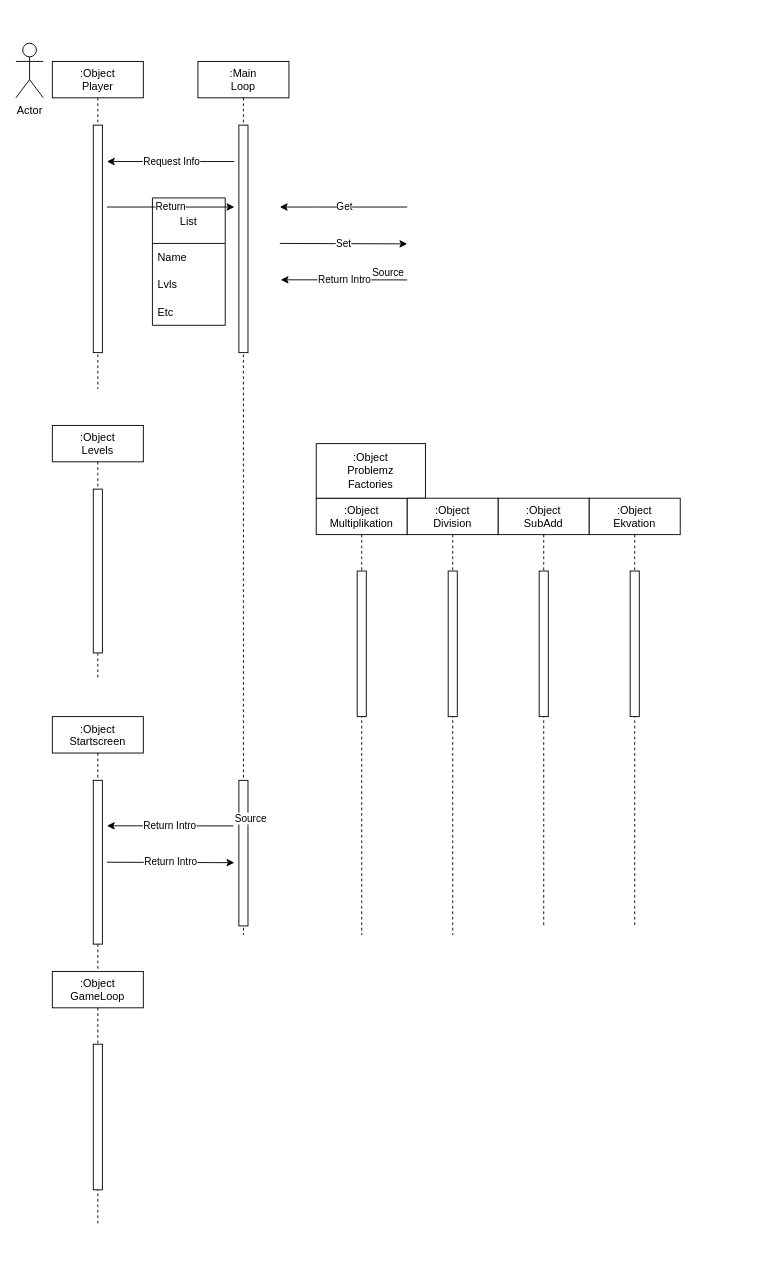
The draw.io diagram Planning/mattackFlöde.drawio in alexwigforss/matteattackerar, before the edit. Source tidied: cells renumbered, new cells numbered last; positions are measured from the earlier drawing's top-left corner, leaving out a move shared by most shapes. Both pictures are drawn from the tidied source at 91%, with x=0, y=0 at pixel (15, 43).
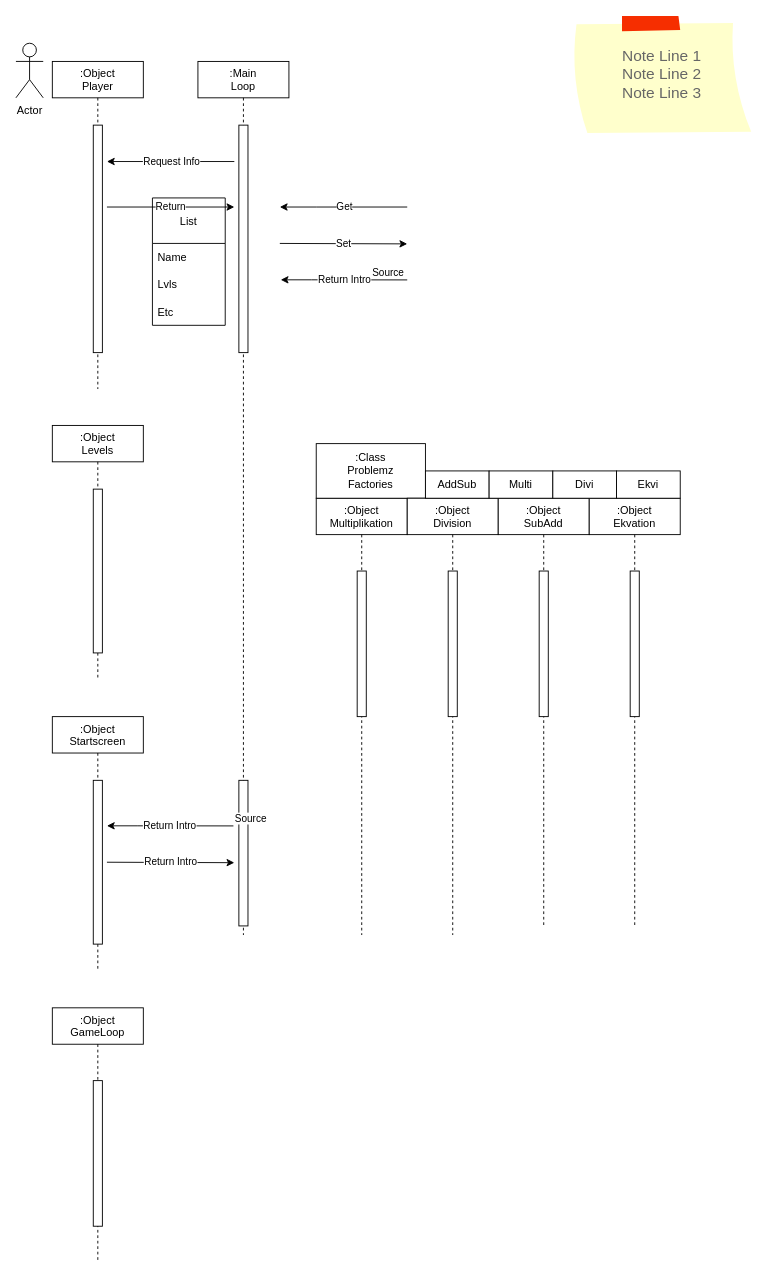
The same page after the edit.

Commit message (it also covers changes not shown here):
duplicerat slumpfabrik till fabriker

Diff of the diagram source:
```diff
@@
     <mxCell id="5" value=":Object&#10;GameLoop" style="shape=umlLifeline;perimeter=lifelinePerimeter;rounded=0;shadow=0;strokeWidth=1;" parent="1" vertex="1">
-      <mxGeometry x="40" y="1020" width="100" height="280" as="geometry" />
+      <mxGeometry x="40" y="1060" width="100" height="280" as="geometry" />
     </mxCell>
@@
-    <mxCell id="9" value=":Object&lt;br style=&quot;padding: 0px; margin: 0px;&quot;&gt;Problemz&lt;br style=&quot;padding: 0px; margin: 0px;&quot;&gt;Factories" style="rounded=0;whiteSpace=wrap;html=1;" parent="1" vertex="1">
+    <mxCell id="9" value=":Class&lt;br style=&quot;padding: 0px ; margin: 0px&quot;&gt;Problemz&lt;br style=&quot;padding: 0px ; margin: 0px&quot;&gt;Factories" style="rounded=0;whiteSpace=wrap;html=1;" parent="1" vertex="1">
       <mxGeometry x="330" y="440" width="120" height="60" as="geometry" />
     </mxCell>
@@
+    <mxCell id="36" value="Note Line 1&#10;Note Line 2&#10;Note Line 3" style="strokeWidth=1;shadow=0;dashed=0;align=center;html=1;shape=mxgraph.mockup.text.stickyNote2;fontColor=#666666;mainText=;fontSize=17;whiteSpace=wrap;fillColor=#ffffcc;strokeColor=#F62E00;" parent="1" vertex="1">
+      <mxGeometry x="610" y="-30" width="200" height="130" as="geometry" />
+    </mxCell>
+    <mxCell id="37" value="AddSub" style="rounded=0;whiteSpace=wrap;html=1;" parent="1" vertex="1">
+      <mxGeometry x="450" y="470" width="70" height="30" as="geometry" />
+    </mxCell>
+    <mxCell id="38" value="Multi" style="rounded=0;whiteSpace=wrap;html=1;" parent="1" vertex="1">
+      <mxGeometry x="520" y="470" width="70" height="30" as="geometry" />
+    </mxCell>
+    <mxCell id="39" value="Divi" style="rounded=0;whiteSpace=wrap;html=1;" parent="1" vertex="1">
+      <mxGeometry x="590" y="470" width="70" height="30" as="geometry" />
+    </mxCell>
+    <mxCell id="40" value="Ekvi" style="rounded=0;whiteSpace=wrap;html=1;" parent="1" vertex="1">
+      <mxGeometry x="660" y="470" width="70" height="30" as="geometry" />
+    </mxCell>
```
